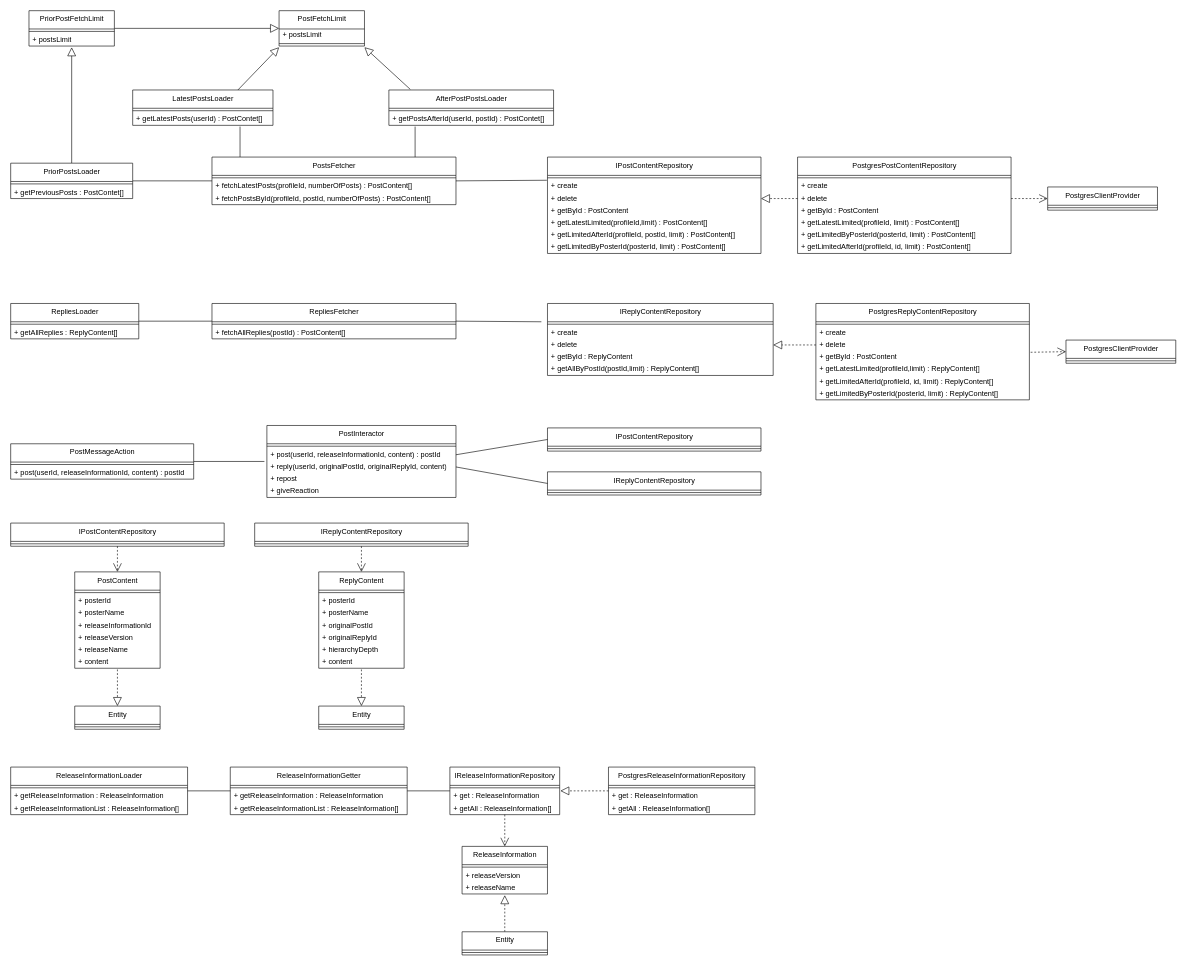
This is page "PostModule" (5 of 7) of project-designs/class-diagrams/ff14-sns.drawio from Mouwf/FF14SNS, a draw.io file, before an edit. Source tidied: cells renumbered, new cells numbered last; positions are measured from the earlier drawing's top-left corner, leaving out a move shared by most shapes. Both pictures are drawn from the tidied source at 61%, with x=0, y=0 at pixel (10, 10).
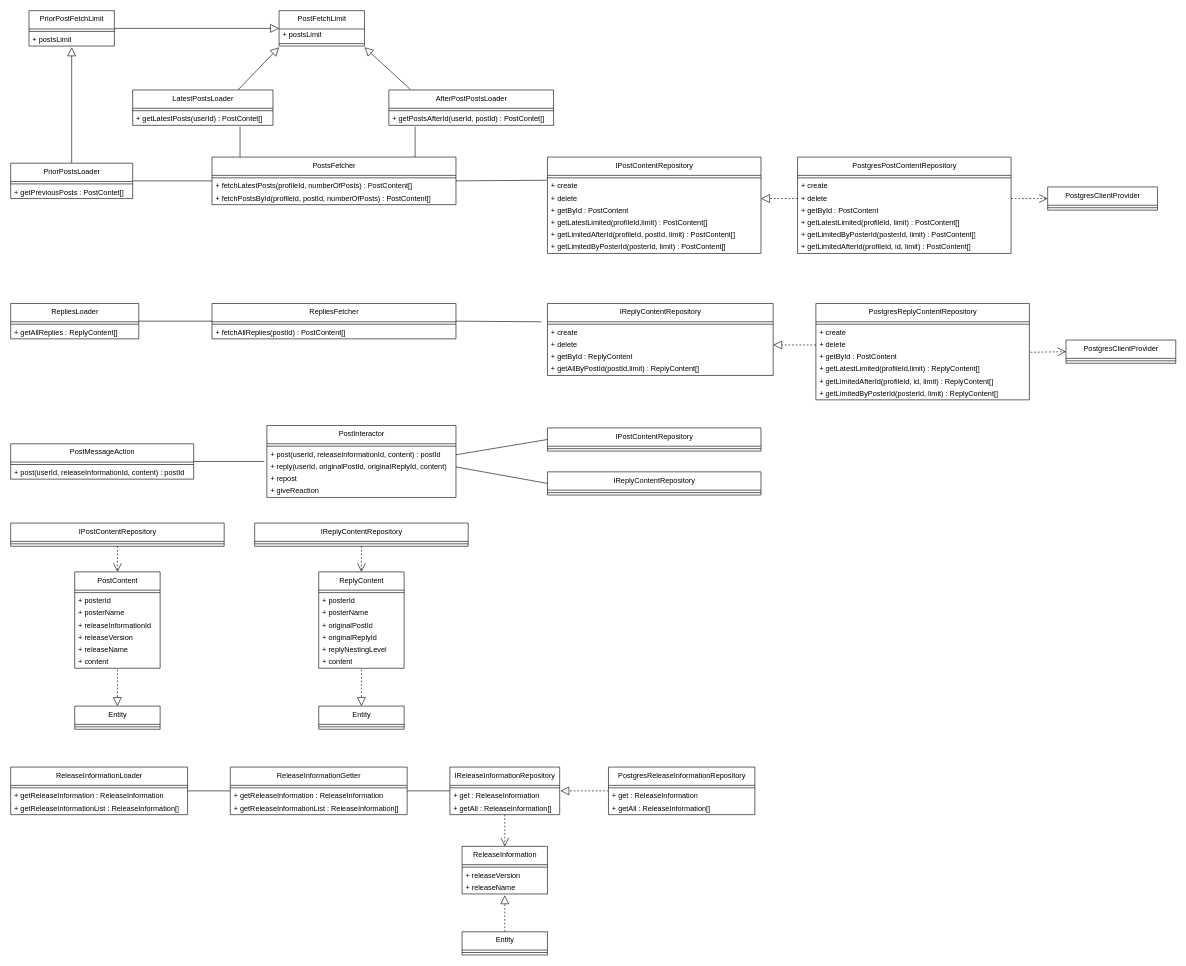
Above is the later version.

The change refers to these unchanged cells:
```xml
<mxCell id="97" value="ReplyContent" style="swimlane;fontStyle=0;align=center;verticalAlign=top;horizontal=1;startSize=30;html=1;" parent="1" vertex="1">
  <mxGeometry x="505" y="920" width="140" height="158" as="geometry" />
</mxCell>
```

Change to the diagram source:
```diff
@@
-    <mxCell id="103" value="+ hierarchyDepth" style="text;html=1;strokeColor=none;fillColor=none;align=left;verticalAlign=middle;spacingLeft=4;spacingRight=4;overflow=hidden;" parent="97" vertex="1">
+    <mxCell id="103" value="+ replyNestingLevel" style="text;html=1;strokeColor=none;fillColor=none;align=left;verticalAlign=middle;spacingLeft=4;spacingRight=4;overflow=hidden;" parent="97" vertex="1">
       <mxGeometry y="118" width="140" height="20" as="geometry" />
     </mxCell>
```
